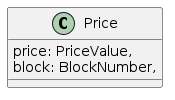
Earlier version of the PlantUML export frame/oracle/design/images/images/price.png (ComposableFi/composable).
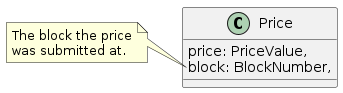
The same diagram one commit later.

Change to the diagram source:
```diff
@@ -3,4 +3,9 @@
 	price: PriceValue,
 	block: BlockNumber,
 }
+
+note left of Price::block
+The block the price
+was submitted at.
+end note
 @enduml
```
